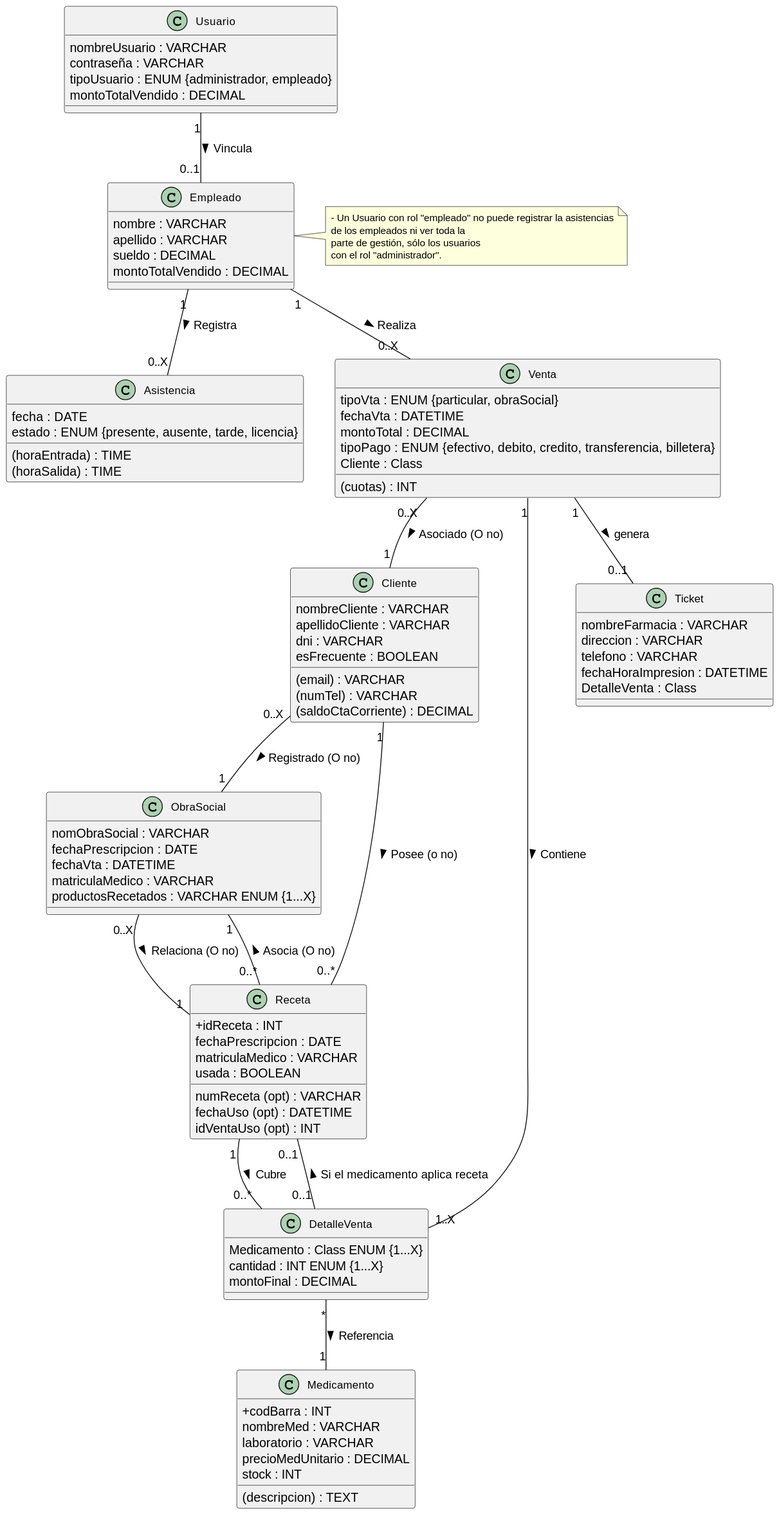
Earlier version of the PlantUML export 07 - Modelo de Dominio/modeloDominio.svg (zEzequR/PF-I). Its diagram source:
```plantuml
@startuml

skinparam classAttributeIconSize 0
skinparam classFontSize 12
skinparam noteFontSize 11

class Medicamento {
  + codBarra : INT
    nombreMed : VARCHAR
    (descripcion) : TEXT
    laboratorio : VARCHAR
    precioMedUnitario : DECIMAL
    stock : INT
}

class Usuario {
    nombreUsuario : VARCHAR
    contraseña : VARCHAR
    tipoUsuario : ENUM {administrador, empleado}
    montoTotalVendido : DECIMAL
}

class Empleado {
    nombre : VARCHAR
    apellido : VARCHAR
    sueldo : DECIMAL
    montoTotalVendido : DECIMAL
}

class Asistencia {
    fecha : DATE
    (horaEntrada) : TIME
    (horaSalida) : TIME
    estado : ENUM {presente, ausente, tarde, licencia}
}

class Cliente {
    nombreCliente : VARCHAR
    apellidoCliente : VARCHAR
    dni : VARCHAR
    (email) : VARCHAR
    (numTel) : VARCHAR
    (saldoCtaCorriente) : DECIMAL
    esFrecuente : BOOLEAN
}

class ObraSocial {
    nomObraSocial : VARCHAR
    fechaPrescripcion : DATE
    fechaVta : DATETIME
    matriculaMedico : VARCHAR
    productosRecetados : VARCHAR ENUM {1...X}
}

class Receta {
  + idReceta : INT
    numReceta (opt) : VARCHAR
    fechaPrescripcion : DATE
    matriculaMedico : VARCHAR
    usada : BOOLEAN
    fechaUso (opt) : DATETIME
    idVentaUso (opt) : INT
}

class Venta {
    tipoVta : ENUM {particular, obraSocial}
    fechaVta : DATETIME
    montoTotal : DECIMAL
    tipoPago : ENUM {efectivo, debito, credito, transferencia, billetera}
    Cliente : Class
    (cuotas) : INT
}

class DetalleVenta {
    Medicamento : Class ENUM {1...X}
    cantidad : INT ENUM {1...X}
    montoFinal : DECIMAL
}

class Ticket {
    nombreFarmacia : VARCHAR
    direccion : VARCHAR
    telefono : VARCHAR
    fechaHoraImpresion : DATETIME
    DetalleVenta : Class
}

Venta "1" -- "1..X" DetalleVenta : Contiene >
DetalleVenta "*" -- "1" Medicamento : Referencia >
Empleado "1" -- "0..X" Venta : Realiza >
Venta "0..X" -- "1" Cliente : Asociado (O no) >
Cliente "0..X" -- "1" ObraSocial : Registrado (O no) >
Cliente "1" -- "0..*" Receta : Posee (o no) >
Receta "1" -- "0..*" DetalleVenta : Cubre >
DetalleVenta "0..1" -- "0..1" Receta : Si el medicamento aplica receta >
ObraSocial "0..X" -- "1" Receta : Relaciona (O no) >
Receta "0..*" -- "1" ObraSocial : Asocia (O no) >
Usuario "1" -- "0..1" Empleado : Vincula >
Empleado "1" -- "0..X" Asistencia : Registra >
Venta "1" -- "0..1" Ticket : genera >

note right of Empleado
  - Un Usuario con rol "empleado" no puede registrar la asistencias
  de los empleados ni ver toda la
  parte de gestión, sólo los usuarios
  con el rol "administrador".
end note
@enduml
```
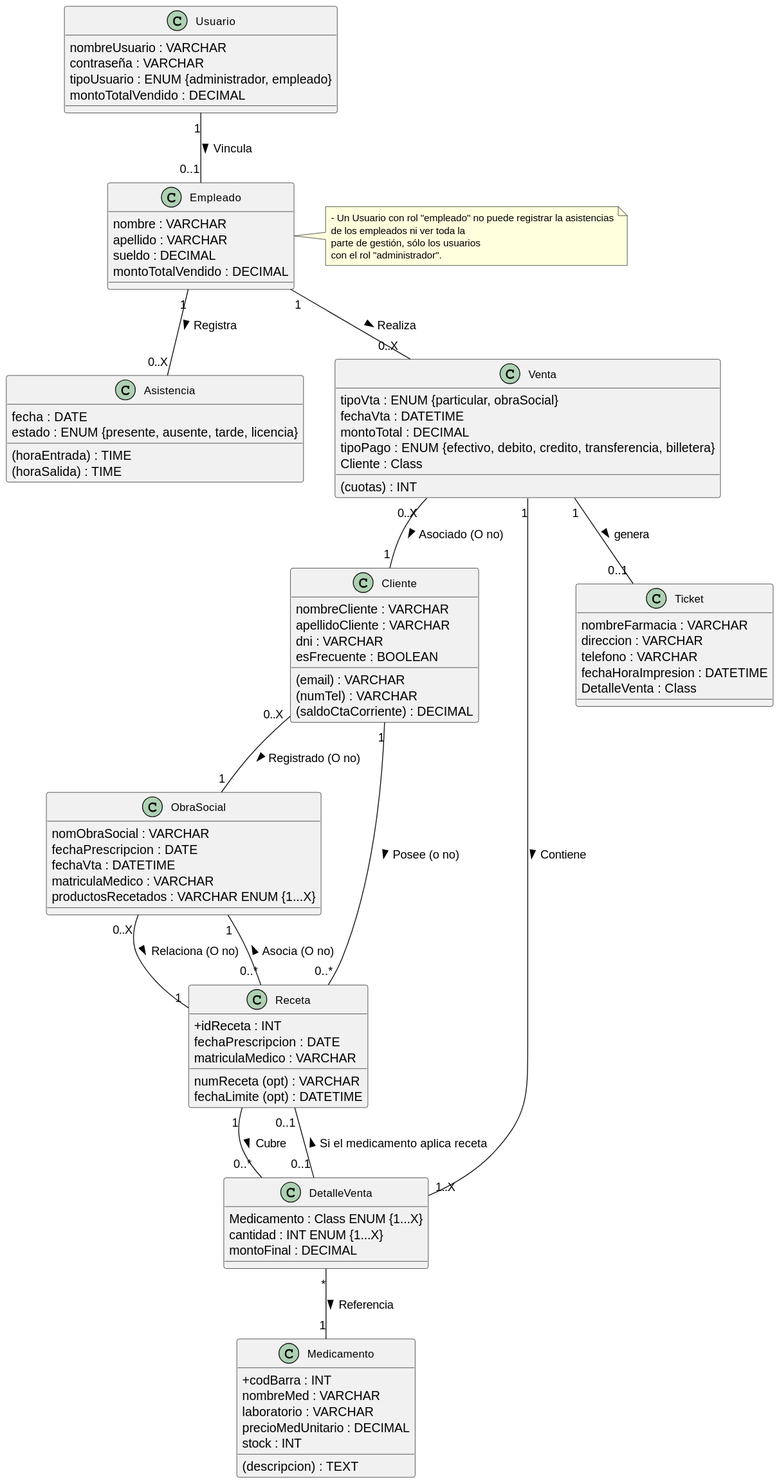
The same file after the commit.

Commit message:
Diagrama de Dominio V1.1

Change to the diagram source:
```diff
@@ -57,9 +57,7 @@
     numReceta (opt) : VARCHAR
     fechaPrescripcion : DATE
     matriculaMedico : VARCHAR
-    usada : BOOLEAN
-    fechaUso (opt) : DATETIME
-    idVentaUso (opt) : INT
+    fechaLimite (opt) : DATETIME
 }
 
 class Venta {
```
